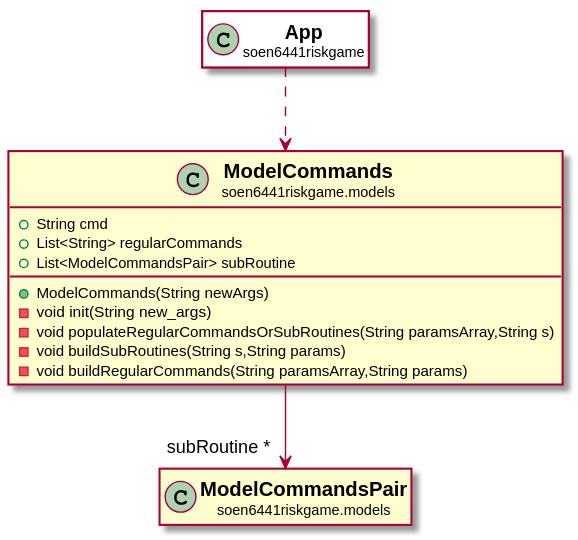
This is docs/javadocs/soen6441riskgame/models/ModelCommands.svg from huntertran/soen6441-riskgame, a PlantUML export, as it was before one commit.
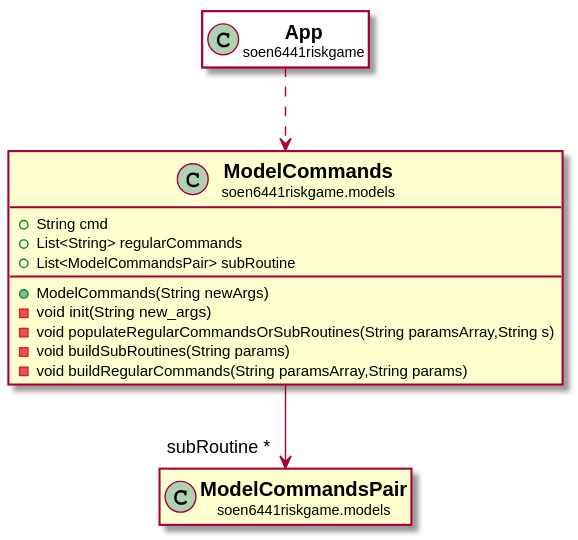
After the commit.

Change to the diagram source:
```diff
@@ -10,7 +10,7 @@
 +ModelCommands(String newArgs)
 -void init(String new_args)
 -void populateRegularCommandsOrSubRoutines(String paramsArray,String s)
--void buildSubRoutines(String s,String params)
+-void buildSubRoutines(String params)
 -void buildRegularCommands(String paramsArray,String params)
 }
 
```
